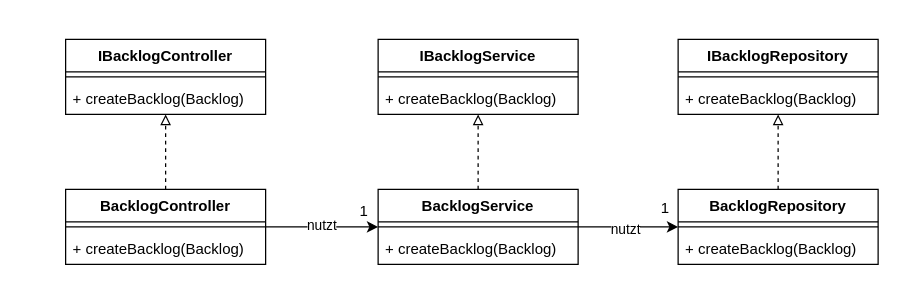
Earlier version of the draw.io diagram abgabedokumente/Abgabedokumente Sprint/s4_1_klassendiagramm.drawio (Madl211/scrumboard). Source tidied: cells renumbered, new cells numbered last; positions are measured from the earlier drawing's top-left corner, leaving out a move shared by most shapes. Both pictures are drawn from the tidied source at 125%, with x=0, y=0 at pixel (65, 39).
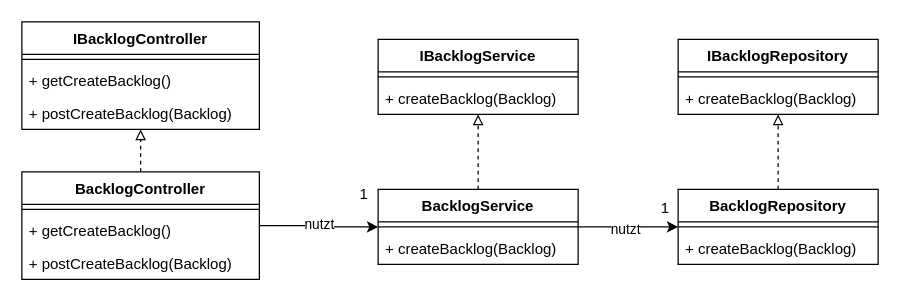
After the change.

What changed in the source:
```diff
@@
     <mxCell id="2" value="IBacklogController" style="swimlane;fontStyle=1;align=center;verticalAlign=top;horizontal=1;startSize=26;whiteSpace=wrap;html=1;" parent="1" vertex="1">
-      <mxGeometry width="160" height="60" as="geometry" />
+      <mxGeometry x="-35" y="-14" width="190" height="86" as="geometry" />
     </mxCell>
     <mxCell id="3" style="line;strokeWidth=1;fillColor=none;align=left;verticalAlign=middle;spacingTop=-1;spacingLeft=3;spacingRight=3;labelPosition=right;strokeColor=inherit;" parent="2" vertex="1">
-      <mxGeometry y="26" width="160" height="8" as="geometry" />
+      <mxGeometry y="26" width="190" height="8" as="geometry" />
     </mxCell>
+    <mxCell id="29" value="+ getCreateBacklog()" style="text;strokeColor=none;fillColor=none;align=left;verticalAlign=top;spacingLeft=4;spacingRight=4;overflow=hidden;whiteSpace=wrap;html=1;" parent="2" vertex="1">
+      <mxGeometry y="34" width="190" height="26" as="geometry" />
+    </mxCell>
-    <mxCell id="4" value="+ createBacklog(Backlog)" style="text;strokeColor=none;fillColor=none;align=left;verticalAlign=top;spacingLeft=4;spacingRight=4;overflow=hidden;whiteSpace=wrap;html=1;" parent="2" vertex="1">
-      <mxGeometry y="34" width="160" height="26" as="geometry" />
+    <mxCell id="4" value="+ postCreateBacklog(Backlog)" style="text;strokeColor=none;fillColor=none;align=left;verticalAlign=top;spacingLeft=4;spacingRight=4;overflow=hidden;whiteSpace=wrap;html=1;" parent="2" vertex="1">
+      <mxGeometry y="60" width="190" height="26" as="geometry" />
     </mxCell>
@@
     <mxCell id="8" value="BacklogController" style="swimlane;fontStyle=1;align=center;verticalAlign=top;horizontal=1;startSize=26;whiteSpace=wrap;html=1;" parent="1" vertex="1">
-      <mxGeometry y="120" width="160" height="60" as="geometry" />
+      <mxGeometry x="-35" y="106" width="190" height="86" as="geometry" />
     </mxCell>
     <mxCell id="9" style="line;strokeWidth=1;fillColor=none;align=left;verticalAlign=middle;spacingTop=-1;spacingLeft=3;spacingRight=3;labelPosition=right;strokeColor=inherit;" parent="8" vertex="1">
-      <mxGeometry y="26" width="160" height="8" as="geometry" />
+      <mxGeometry y="26" width="190" height="8" as="geometry" />
     </mxCell>
+    <mxCell id="30" value="+ getCreateBacklog()" style="text;strokeColor=none;fillColor=none;align=left;verticalAlign=top;spacingLeft=4;spacingRight=4;overflow=hidden;whiteSpace=wrap;html=1;" parent="8" vertex="1">
+      <mxGeometry y="34" width="190" height="26" as="geometry" />
+    </mxCell>
-    <mxCell id="10" value="+ createBacklog(Backlog)" style="text;strokeColor=none;fillColor=none;align=left;verticalAlign=top;spacingLeft=4;spacingRight=4;overflow=hidden;whiteSpace=wrap;html=1;" parent="8" vertex="1">
-      <mxGeometry y="34" width="160" height="26" as="geometry" />
+    <mxCell id="10" value="+ postCreateBacklog(Backlog)" style="text;strokeColor=none;fillColor=none;align=left;verticalAlign=top;spacingLeft=4;spacingRight=4;overflow=hidden;whiteSpace=wrap;html=1;" parent="8" vertex="1">
+      <mxGeometry y="60" width="190" height="26" as="geometry" />
     </mxCell>
@@
     <mxCell id="20" value="1" style="text;html=1;whiteSpace=wrap;strokeColor=none;fillColor=none;align=center;verticalAlign=middle;rounded=0;" parent="1" vertex="1">
-      <mxGeometry x="209" y="123" width="60" height="30" as="geometry" />
+      <mxGeometry x="209" y="109" width="60" height="30" as="geometry" />
     </mxCell>
```
